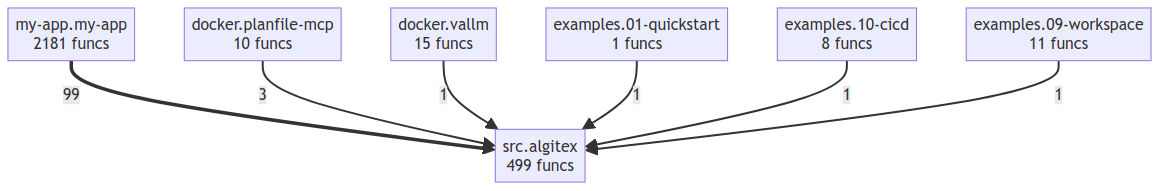
semcod/algitex keeps this Mermaid diagram as project/compact_flow.png. Above is the earlier version. Its source is kept beside it as project/compact_flow.mmd.
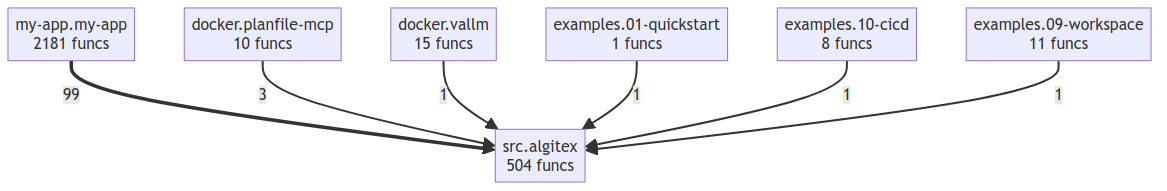
Above is the later version.

Diff of the diagram source:
```diff
@@ -5,7 +5,7 @@
     examples__09_workspace["examples.09-workspace<br/>11 funcs"]
     examples__10_cicd["examples.10-cicd<br/>8 funcs"]
     my_app__my_app["my-app.my-app<br/>2181 funcs"]
-    src__algitex["src.algitex<br/>499 funcs"]
+    src__algitex["src.algitex<br/>504 funcs"]
     my_app__my_app ==>|99| src__algitex
     docker__planfile_mcp -->|3| src__algitex
     docker__vallm -->|1| src__algitex
```
